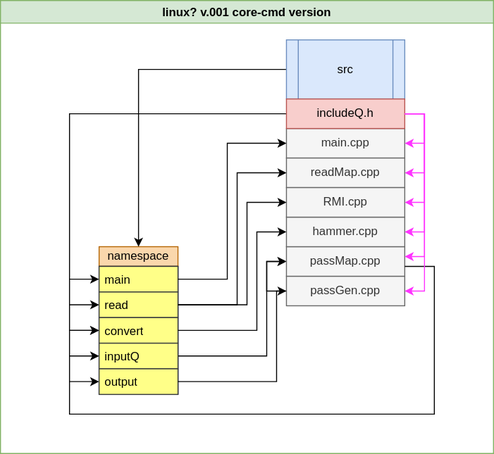
The draw.io diagram HypeDiag.drawio.svg in HyperSausage/HyperSSG-core, before a commit. Source tidied: cells renumbered, new cells last; positions are measured from the earlier drawing's top-left corner, leaving out a move shared by most shapes.
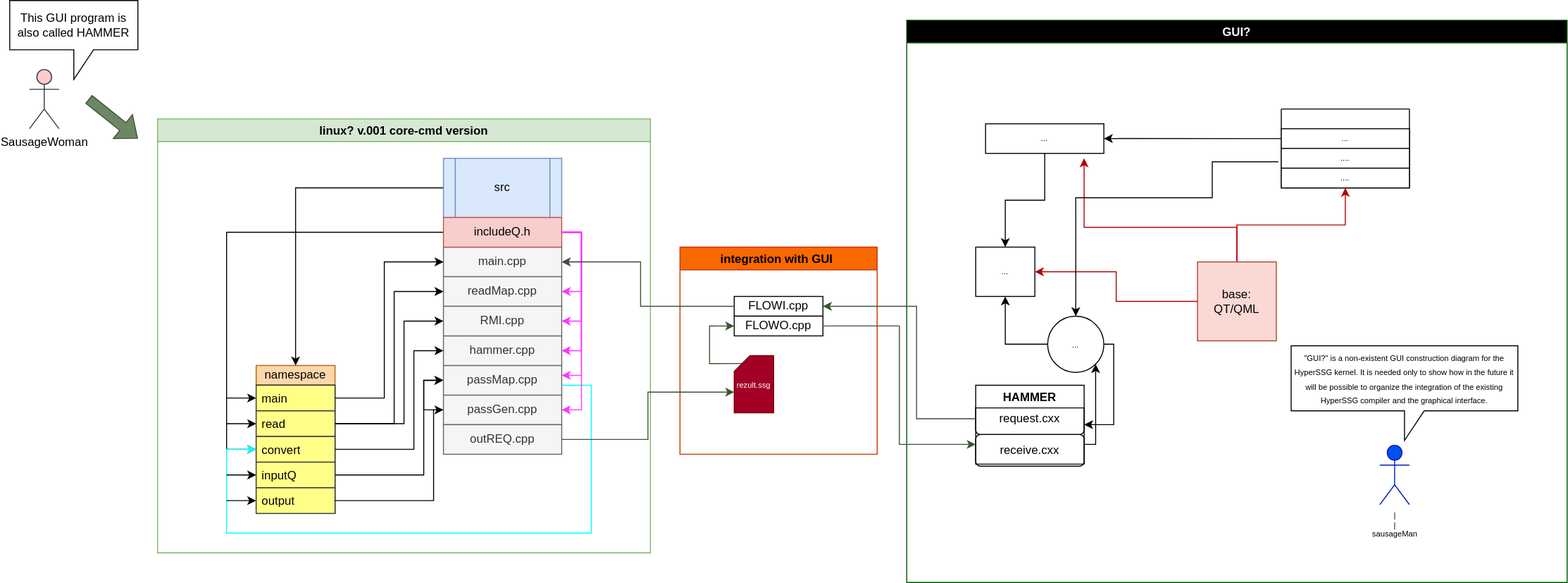
The same file after the commit.

Diff of the diagram source:
```diff
@@ -3,7 +3,7 @@
     <mxCell id="0" />
     <mxCell id="1" parent="0" />
     <mxCell id="2" value="linux? v.001 core-cmd version" style="swimlane;fillColor=#d5e8d4;strokeColor=#82b366;" parent="1" vertex="1">
-      <mxGeometry width="500" height="460" as="geometry" />
+      <mxGeometry width="500" height="440" as="geometry" />
     </mxCell>
     <mxCell id="3" value="namespace" style="rounded=0;whiteSpace=wrap;html=1;fillColor=#fad7ac;strokeColor=#b46504;" parent="2" vertex="1">
       <mxGeometry x="100" y="250" width="80" height="20" as="geometry" />
@@ -125,7 +125,7 @@
         </Array>
       </mxGeometry>
     </mxCell>
-    <mxCell id="28" style="edgeStyle=orthogonalEdgeStyle;rounded=0;jettySize=auto;html=1;entryX=0;entryY=0.5;entryDx=0;entryDy=0;" parent="2" edge="1" target="7">
+    <mxCell id="28" style="edgeStyle=orthogonalEdgeStyle;rounded=0;jettySize=auto;html=1;entryX=0;entryY=0.5;entryDx=0;entryDy=0;fillColor=#ffff88;strokeColor=#00FFFF;" parent="2" edge="1" target="7">
       <mxGeometry relative="1" as="geometry">
         <mxPoint x="410" y="270" as="sourcePoint" />
         <Array as="points">
@@ -172,6 +172,9 @@
     <mxCell id="33" style="edgeStyle=orthogonalEdgeStyle;rounded=0;jettySize=auto;html=1;strokeColor=#FF33FF;entryX=1;entryY=0.5;entryDx=0;entryDy=0;exitX=1;exitY=0.5;exitDx=0;exitDy=0;" parent="2" edge="1" source="17" target="21">
       <mxGeometry relative="1" as="geometry" />
     </mxCell>
+    <mxCell id="38" value="outREQ.cpp" style="rounded=0;whiteSpace=wrap;html=1;fillColor=#f5f5f5;fontColor=#333333;strokeColor=#666666;" parent="2" vertex="1">
+      <mxGeometry x="290" y="310" width="120" height="30" as="geometry" />
+    </mxCell>
     <mxCell id="34" style="endArrow=classic;html=1;rounded=0;strokeColor=#000000;entryX=0;entryY=0.5;entryDx=0;entryDy=0;" parent="1" edge="1" target="5">
       <mxGeometry relative="1" as="geometry">
         <mxPoint x="70" y="283" as="sourcePoint" />
@@ -192,5 +195,154 @@
         <mxPoint x="70" y="387" as="sourcePoint" />
       </mxGeometry>
     </mxCell>
+    <mxCell id="39" value="GUI?" style="swimlane;fillColor=#000000;strokeColor=#005700;fontColor=#ffffff;" parent="1" vertex="1">
+      <mxGeometry x="760" y="-100" width="670" height="570" as="geometry" />
+    </mxCell>
+    <mxCell id="40" style="edgeStyle=orthogonalEdgeStyle;rounded=0;jettySize=auto;html=1;exitX=0.5;exitY=0;exitDx=0;exitDy=0;entryX=0.5;entryY=1;entryDx=0;entryDy=0;fontSize=8;strokeColor=#B20000;fillColor=#e51400;" parent="39" edge="1" source="43" target="44">
+      <mxGeometry relative="1" as="geometry" />
+    </mxCell>
+    <mxCell id="41" style="edgeStyle=orthogonalEdgeStyle;rounded=0;jettySize=auto;html=1;entryX=1;entryY=0.5;entryDx=0;entryDy=0;fontSize=12;fontColor=#000000;strokeColor=#B20000;fillColor=#e51400;" parent="39" edge="1" source="43" target="50">
+      <mxGeometry relative="1" as="geometry" />
+    </mxCell>
+    <mxCell id="42" style="edgeStyle=orthogonalEdgeStyle;rounded=0;jettySize=auto;html=1;entryX=0.833;entryY=1.167;entryDx=0;entryDy=0;entryPerimeter=0;fontSize=12;fontColor=#000000;strokeColor=#B20000;fillColor=#e51400;" parent="39" edge="1" source="43" target="49">
+      <mxGeometry relative="1" as="geometry">
+        <Array as="points">
+          <mxPoint x="335" y="210" />
+          <mxPoint x="180" y="210" />
+        </Array>
+      </mxGeometry>
+    </mxCell>
+    <mxCell id="43" value="base:&lt;br&gt;QT/QML" style="whiteSpace=wrap;html=1;fillColor=#fad9d5;strokeColor=#ae4132;" parent="39" vertex="1">
+      <mxGeometry x="295" y="245" width="80" height="80" as="geometry" />
+    </mxCell>
+    <mxCell id="44" style="swimlane;startSize=0;fontSize=8;" parent="39" vertex="1">
+      <mxGeometry x="380" y="90" width="130" height="80" as="geometry" />
+    </mxCell>
+    <mxCell id="45" value="..." style="whiteSpace=wrap;html=1;fontSize=8;" parent="44" vertex="1">
+      <mxGeometry y="20" width="130" height="20" as="geometry" />
+    </mxCell>
+    <mxCell id="46" value="...." style="whiteSpace=wrap;html=1;fontSize=8;" parent="44" vertex="1">
+      <mxGeometry y="40" width="130" height="20" as="geometry" />
+    </mxCell>
+    <mxCell id="47" value="...." style="whiteSpace=wrap;html=1;fontSize=8;" parent="44" vertex="1">
+      <mxGeometry y="60" width="130" height="20" as="geometry" />
+    </mxCell>
+    <mxCell id="48" style="edgeStyle=orthogonalEdgeStyle;rounded=0;jettySize=auto;html=1;fontSize=12;fontColor=#000000;strokeColor=#000000;" parent="39" edge="1" source="49" target="50">
+      <mxGeometry relative="1" as="geometry" />
+    </mxCell>
+    <mxCell id="49" value="..." style="rounded=0;whiteSpace=wrap;html=1;fontSize=8;" parent="39" vertex="1">
+      <mxGeometry x="80" y="105" width="120" height="30" as="geometry" />
+    </mxCell>
+    <mxCell id="50" value="..." style="rounded=0;whiteSpace=wrap;html=1;fontSize=8;" parent="39" vertex="1">
+      <mxGeometry x="70" y="230" width="60" height="50" as="geometry" />
+    </mxCell>
+    <mxCell id="51" style="edgeStyle=orthogonalEdgeStyle;rounded=0;jettySize=auto;html=1;entryX=1;entryY=0.5;entryDx=0;entryDy=0;fontSize=12;fontColor=#000000;strokeColor=#000000;" parent="39" edge="1" source="53" target="58">
+      <mxGeometry relative="1" as="geometry">
+        <Array as="points">
+          <mxPoint x="210" y="328" />
+          <mxPoint x="210" y="410" />
+        </Array>
+      </mxGeometry>
+    </mxCell>
+    <mxCell id="52" style="edgeStyle=orthogonalEdgeStyle;rounded=0;jettySize=auto;html=1;entryX=0.5;entryY=1;entryDx=0;entryDy=0;fontSize=12;fontColor=#000000;strokeColor=#000000;" parent="39" edge="1" source="53" target="50">
+      <mxGeometry relative="1" as="geometry" />
+    </mxCell>
+    <mxCell id="53" value="..." style="ellipse;whiteSpace=wrap;html=1;fontSize=8;" parent="39" vertex="1">
+      <mxGeometry x="143" y="300" width="57" height="57" as="geometry" />
+    </mxCell>
+    <mxCell id="54" value="&lt;font color=&quot;#000000&quot;&gt;|&lt;br&gt;|&lt;br&gt;sausageMan&lt;br&gt;&lt;/font&gt;" style="shape=umlActor;verticalLabelPosition=bottom;verticalAlign=top;html=1;fontSize=8;fillColor=#0050ef;strokeColor=#001DBC;fontColor=#ffffff;" parent="39" vertex="1">
+      <mxGeometry x="480" y="431" width="30" height="60" as="geometry" />
+    </mxCell>
+    <mxCell id="55" value="&lt;font style=&quot;font-size: 12px;&quot;&gt;request.cxx&lt;br&gt;&lt;/font&gt;" style="rounded=1;whiteSpace=wrap;html=1;fontSize=8;" parent="39" vertex="1">
+      <mxGeometry x="70" y="388" width="110" height="32" as="geometry" />
+    </mxCell>
+    <mxCell id="56" value="&lt;font style=&quot;font-size: 8px;&quot;&gt;&quot;GUI?&quot; is a non-existent GUI construction diagram for the HyperSSG kernel. It is needed only to show how in the future it will be possible to organize the integration of the existing HyperSSG compiler and the graphical interface.&lt;/font&gt;" style="shape=callout;whiteSpace=wrap;html=1;perimeter=calloutPerimeter;fontSize=12;fontColor=#000000;" parent="39" vertex="1">
+      <mxGeometry x="390" y="330" width="230" height="96" as="geometry" />
+    </mxCell>
+    <mxCell id="57" value="&lt;font style=&quot;font-size: 12px;&quot;&gt;receive.cxx&lt;br&gt;&lt;/font&gt;" style="rounded=1;whiteSpace=wrap;html=1;fontSize=8;" parent="39" vertex="1">
+      <mxGeometry x="70" y="420" width="110" height="32" as="geometry" />
+    </mxCell>
+    <mxCell id="58" value="HAMMER" style="swimlane;fontSize=12;fontColor=#000000;" parent="39" vertex="1">
+      <mxGeometry x="70" y="370" width="110" height="80" as="geometry" />
+    </mxCell>
+    <mxCell id="59" style="edgeStyle=orthogonalEdgeStyle;rounded=0;jettySize=auto;html=1;exitX=0;exitY=0.5;exitDx=0;exitDy=0;entryX=1;entryY=0.5;entryDx=0;entryDy=0;fontSize=12;fontColor=#000000;strokeColor=#000000;" parent="39" edge="1" source="45" target="49">
+      <mxGeometry relative="1" as="geometry">
+        <Array as="points">
+          <mxPoint x="220" y="120" />
+        </Array>
+      </mxGeometry>
+    </mxCell>
+    <mxCell id="60" style="edgeStyle=orthogonalEdgeStyle;rounded=0;jettySize=auto;html=1;entryX=0.5;entryY=0;entryDx=0;entryDy=0;fontSize=12;fontColor=#000000;strokeColor=#000000;exitX=-0.023;exitY=0.669;exitDx=0;exitDy=0;exitPerimeter=0;" parent="39" edge="1" source="44" target="53">
+      <mxGeometry relative="1" as="geometry">
+        <Array as="points">
+          <mxPoint x="310" y="144" />
+          <mxPoint x="310" y="180" />
+          <mxPoint x="171" y="180" />
+        </Array>
+      </mxGeometry>
+    </mxCell>
+    <mxCell id="61" style="edgeStyle=orthogonalEdgeStyle;rounded=0;jettySize=auto;html=1;fontSize=12;fontColor=#000000;strokeColor=#000000;entryX=1;entryY=1;entryDx=0;entryDy=0;" parent="39" edge="1" source="57" target="53">
+      <mxGeometry relative="1" as="geometry">
+        <Array as="points">
+          <mxPoint x="192" y="430" />
+        </Array>
+      </mxGeometry>
+    </mxCell>
+    <mxCell id="62" value="integration with GUI " style="swimlane;fillColor=#fa6800;fontColor=#000000;strokeColor=#C73500;" parent="1" vertex="1">
+      <mxGeometry x="530" y="130" width="200" height="210" as="geometry" />
+    </mxCell>
+    <mxCell id="63" value="FLOWI.cpp" style="rounded=0;whiteSpace=wrap;html=1;" parent="62" vertex="1">
+      <mxGeometry x="55" y="50" width="90" height="20" as="geometry" />
+    </mxCell>
+    <mxCell id="64" style="edgeStyle=orthogonalEdgeStyle;rounded=0;jettySize=auto;html=1;exitX=0;exitY=0;exitDx=8;exitDy=8;exitPerimeter=0;entryX=0;entryY=0.5;entryDx=0;entryDy=0;fontSize=12;fontColor=#000000;strokeColor=#3A5431;fillColor=#6d8764;" parent="62" edge="1" source="65" target="66">
+      <mxGeometry relative="1" as="geometry">
+        <Array as="points">
+          <mxPoint x="30" y="118" />
+          <mxPoint x="30" y="80" />
+        </Array>
+      </mxGeometry>
+    </mxCell>
+    <mxCell id="65" value="&lt;font style=&quot;font-size: 8px;&quot;&gt;rezult.ssg&lt;/font&gt;" style="shape=card;whiteSpace=wrap;html=1;size=16;fillColor=#a20025;fontColor=#ffffff;strokeColor=#6F0000;" parent="62" vertex="1">
+      <mxGeometry x="55" y="110" width="40" height="58" as="geometry" />
+    </mxCell>
+    <mxCell id="66" value="FLOWO.cpp" style="rounded=0;whiteSpace=wrap;html=1;" parent="62" vertex="1">
+      <mxGeometry x="55" y="70" width="90" height="20" as="geometry" />
+    </mxCell>
+    <mxCell id="67" style="edgeStyle=orthogonalEdgeStyle;rounded=0;jettySize=auto;html=1;entryX=0;entryY=0;entryDx=0;entryDy=37;entryPerimeter=0;fontSize=8;strokeColor=#3A5431;fillColor=#6d8764;" parent="1" edge="1" source="38" target="65">
+      <mxGeometry relative="1" as="geometry" />
+    </mxCell>
+    <mxCell id="68" style="endArrow=classic;html=1;rounded=0;fontSize=8;strokeColor=#3A5431;entryX=1;entryY=0.5;entryDx=0;entryDy=0;exitX=0;exitY=0.5;exitDx=0;exitDy=0;fillColor=#6d8764;" parent="1" edge="1" source="63" target="13">
+      <mxGeometry relative="1" as="geometry">
+        <Array as="points">
+          <mxPoint x="500" y="190" />
+          <mxPoint x="490" y="190" />
+          <mxPoint x="490" y="170" />
+          <mxPoint x="490" y="145" />
+        </Array>
+      </mxGeometry>
+    </mxCell>
+    <mxCell id="69" style="edgeStyle=orthogonalEdgeStyle;rounded=0;jettySize=auto;html=1;exitX=0;exitY=0.5;exitDx=0;exitDy=0;entryX=1;entryY=0.5;entryDx=0;entryDy=0;fontSize=8;fontColor=#000000;strokeColor=#3A5431;fillColor=#6d8764;" parent="1" edge="1" source="55" target="63">
+      <mxGeometry relative="1" as="geometry">
+        <Array as="points">
+          <mxPoint x="770" y="304" />
+          <mxPoint x="770" y="190" />
+        </Array>
+      </mxGeometry>
+    </mxCell>
+    <mxCell id="70" value="SausageWoman" style="shape=umlActor;verticalLabelPosition=bottom;verticalAlign=top;html=1;fontSize=12;fillColor=#ffcccc;strokeColor=#36393d;" parent="1" vertex="1">
+      <mxGeometry x="-130" y="-50" width="30" height="60" as="geometry" />
+    </mxCell>
+    <mxCell id="71" style="shape=flexArrow;endArrow=classic;html=1;rounded=0;fontSize=12;fontColor=#000000;strokeColor=#3A5431;fillColor=#6d8764;" parent="1" edge="1">
+      <mxGeometry relative="1" as="geometry">
+        <mxPoint x="-70" y="-20" as="sourcePoint" />
+        <mxPoint x="-20" y="20" as="targetPoint" />
+      </mxGeometry>
+    </mxCell>
+    <mxCell id="72" value="This GUI program is also called HAMMER" style="shape=callout;whiteSpace=wrap;html=1;perimeter=calloutPerimeter;fontSize=12;fontColor=#000000;" parent="1" vertex="1">
+      <mxGeometry x="-150" y="-120" width="130" height="80" as="geometry" />
+    </mxCell>
+    <mxCell id="73" style="edgeStyle=orthogonalEdgeStyle;rounded=0;jettySize=auto;html=1;entryX=0;entryY=0.75;entryDx=0;entryDy=0;fontSize=12;fontColor=#000000;strokeColor=#3A5431;fillColor=#6d8764;" parent="1" edge="1" source="66" target="58">
+      <mxGeometry relative="1" as="geometry" />
+    </mxCell>
   </root>
 </mxGraphModel>
```
